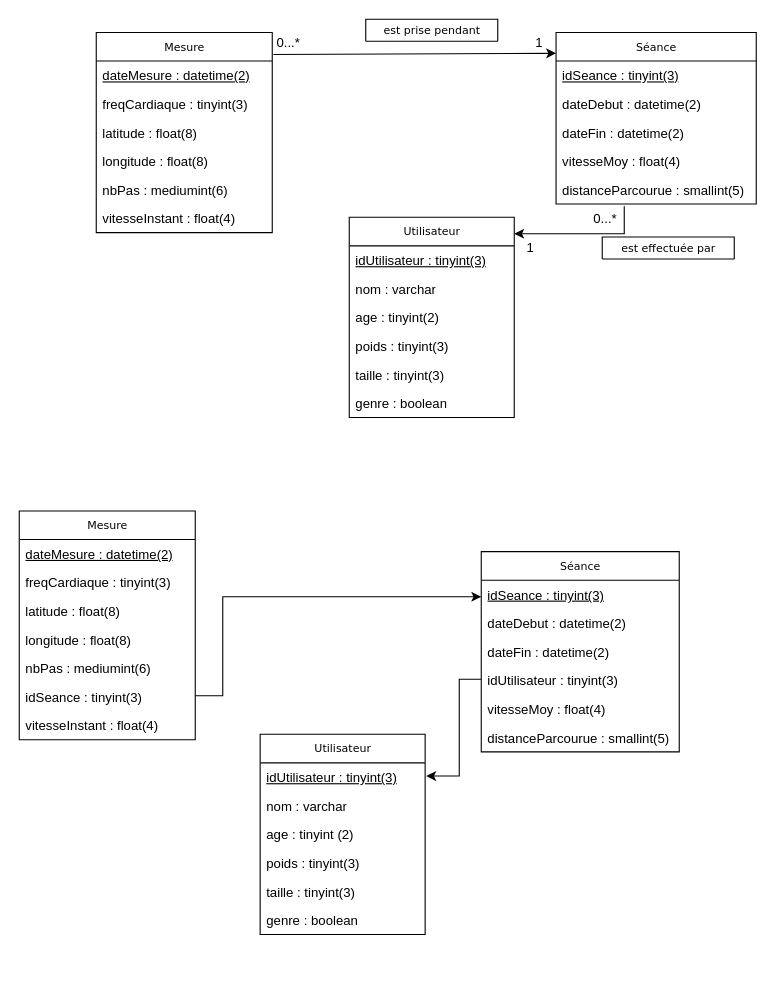
Earlier version of the draw.io diagram 2.BD Schémas/modeleBD.drawio (ylrb/Usain-Belt). Source tidied: cells renumbered, new cells numbered last; positions are measured from the earlier drawing's top-left corner, leaving out a move shared by most shapes. Both pictures are drawn from the tidied source at 110%, with x=0, y=0 at pixel (19, 19).
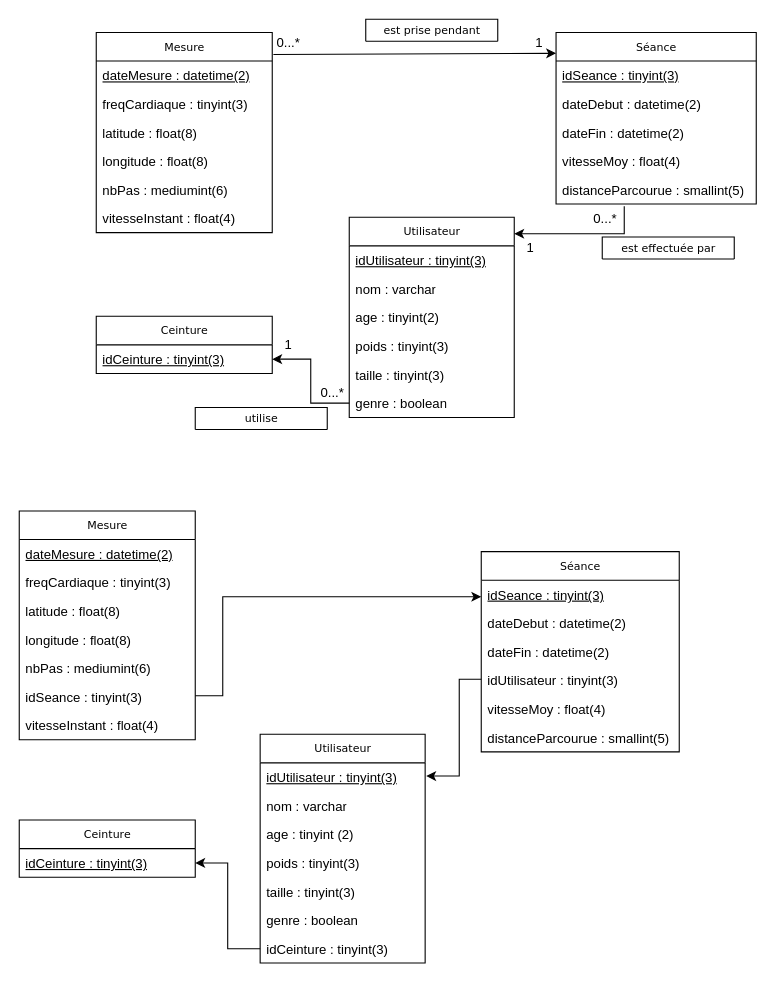
After the change.

The change refers to these unchanged cells:
```xml
<mxCell id="40" value="genre : boolean" style="text;html=1;strokeColor=none;fillColor=none;align=left;verticalAlign=top;spacingLeft=4;spacingRight=4;whiteSpace=wrap;overflow=hidden;points=[[0,0.5],[1,0.5]];portConstraint=eastwest;" parent="34" vertex="1">
  <mxGeometry y="156" width="150" height="26" as="geometry" />
</mxCell>
```

Change to the diagram source:
```diff
@@
     <mxCell id="41" value="Utilisateur" style="swimlane;html=1;fontStyle=0;horizontal=1;startSize=26;fillColor=none;swimlaneFillColor=#ffffff;rounded=0;shadow=0;comic=0;labelBackgroundColor=none;strokeWidth=1;fontFamily=Verdana;fontSize=10;align=center;" parent="1" vertex="1">
-      <mxGeometry x="219" y="650" width="150" height="182" as="geometry" />
+      <mxGeometry x="219" y="650" width="150" height="208" as="geometry" />
     </mxCell>
@@
+    <mxCell id="54" value="idCeinture : tinyint(3)" style="text;html=1;strokeColor=none;fillColor=none;align=left;verticalAlign=top;spacingLeft=4;spacingRight=4;whiteSpace=wrap;overflow=hidden;points=[[0,0.5],[1,0.5]];portConstraint=eastwest;" parent="41" vertex="1">
+      <mxGeometry y="182" width="150" height="26" as="geometry" />
+    </mxCell>
@@
+    <mxCell id="55" value="Ceinture" style="swimlane;html=1;fontStyle=0;horizontal=1;startSize=26;fillColor=none;swimlaneFillColor=#ffffff;rounded=0;shadow=0;comic=0;labelBackgroundColor=none;strokeWidth=1;fontFamily=Verdana;fontSize=10;align=center;" parent="1" vertex="1">
+      <mxGeometry x="70" y="270" width="160" height="52" as="geometry" />
+    </mxCell>
+    <mxCell id="56" value="idCeinture : tinyint(3)" style="text;html=1;strokeColor=none;fillColor=none;align=left;verticalAlign=top;spacingLeft=4;spacingRight=4;whiteSpace=wrap;overflow=hidden;points=[[0,0.5],[1,0.5]];portConstraint=eastwest;fontStyle=4;" parent="55" vertex="1">
+      <mxGeometry y="26" width="160" height="26" as="geometry" />
+    </mxCell>
+    <mxCell id="57" style="edgeStyle=orthogonalEdgeStyle;rounded=0;jettySize=auto;html=1;" parent="1" edge="1" source="40" target="56">
+      <mxGeometry relative="1" as="geometry" />
+    </mxCell>
+    <mxCell id="58" value="utilise" style="swimlane;html=1;fontStyle=0;horizontal=1;startSize=26;fillColor=none;swimlaneFillColor=#ffffff;rounded=0;shadow=0;comic=0;labelBackgroundColor=none;strokeWidth=1;fontFamily=Verdana;fontSize=10;align=center;" parent="1" vertex="1">
+      <mxGeometry x="160" y="353" width="120" height="20" as="geometry" />
+    </mxCell>
+    <mxCell id="59" value="1" style="text;html=1;strokeColor=none;fillColor=none;align=center;verticalAlign=middle;whiteSpace=wrap;overflow=hidden;" parent="1" vertex="1">
+      <mxGeometry x="230" y="286" width="30" height="20" as="geometry" />
+    </mxCell>
+    <mxCell id="60" value="0...*" style="text;html=1;strokeColor=none;fillColor=none;align=center;verticalAlign=middle;whiteSpace=wrap;overflow=hidden;" parent="1" vertex="1">
+      <mxGeometry x="270" y="330" width="30" height="20" as="geometry" />
+    </mxCell>
+    <mxCell id="61" value="Ceinture" style="swimlane;html=1;fontStyle=0;horizontal=1;startSize=26;fillColor=none;swimlaneFillColor=#ffffff;rounded=0;shadow=0;comic=0;labelBackgroundColor=none;strokeWidth=1;fontFamily=Verdana;fontSize=10;align=center;" parent="1" vertex="1">
+      <mxGeometry y="728" width="160" height="52" as="geometry" />
+    </mxCell>
+    <mxCell id="62" value="idCeinture : tinyint(3)" style="text;html=1;strokeColor=none;fillColor=none;align=left;verticalAlign=top;spacingLeft=4;spacingRight=4;whiteSpace=wrap;overflow=hidden;points=[[0,0.5],[1,0.5]];portConstraint=eastwest;fontStyle=4;" parent="61" vertex="1">
+      <mxGeometry y="26" width="160" height="26" as="geometry" />
+    </mxCell>
+    <mxCell id="63" style="edgeStyle=orthogonalEdgeStyle;rounded=0;jettySize=auto;html=1;entryX=1;entryY=0.5;entryDx=0;entryDy=0;" parent="1" edge="1" source="54" target="62">
+      <mxGeometry relative="1" as="geometry" />
+    </mxCell>
```
